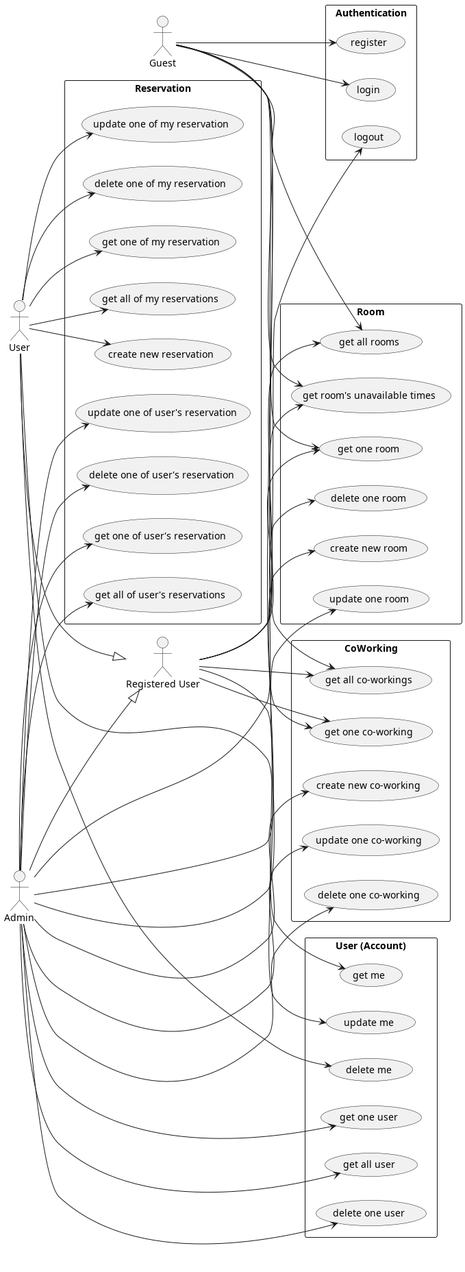
Above: diagrams/usecase/usecase.png in TeaChanathip/SwDev-Project (PlantUML), before the change.
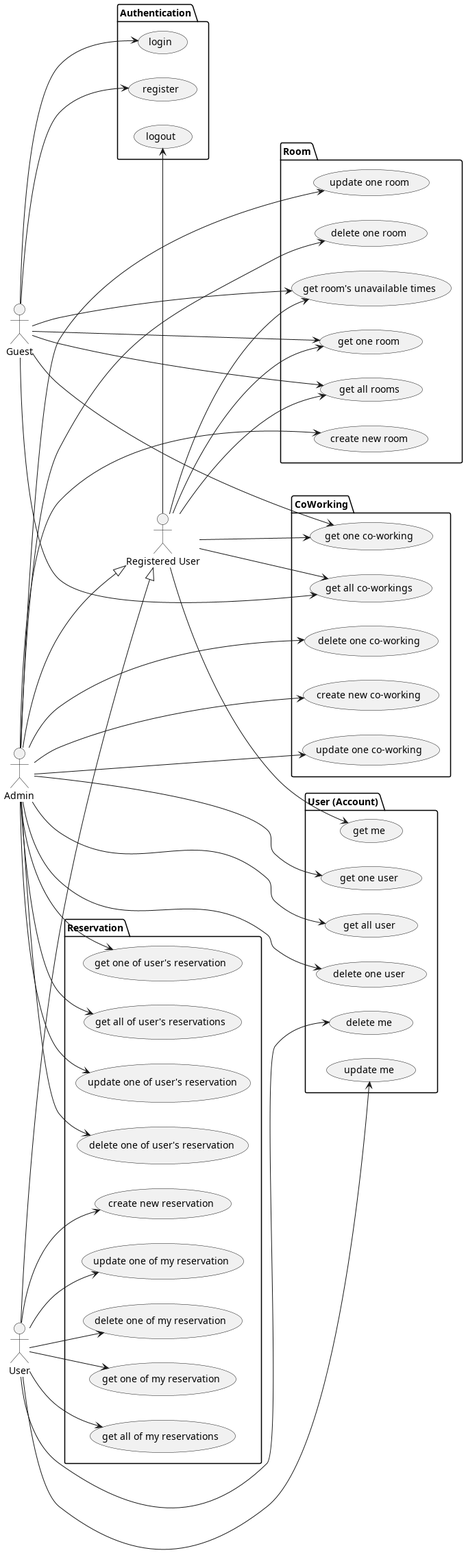
The same file after the commit.

Diff of the diagram source:
```diff
@@ -9,13 +9,13 @@
 User --|> "Registered User"
 Admin --|> "Registered User"
 
-rectangle "Authentication" {
+package "Authentication" {
     usecase "register" as AuthUC1
     usecase "login" as AuthUC2
     usecase "logout" as AuthUC3
 }
 
-rectangle "User (Account)" {
+package "User (Account)" {
     usecase "get me" as UserUC1
     usecase "update me" as UserUC2
     usecase "delete me" as UserUC3
@@ -25,7 +25,7 @@
     usecase "delete one user" as UserUC6
 }
 
-rectangle "CoWorking" {
+package "CoWorking" {
     usecase "create new co-working" as CoWorkingUC1
     usecase "get one co-working" as CoWorkingUC2
     usecase "get all co-workings" as CoWorkingUC3
@@ -33,7 +33,7 @@
     usecase "delete one co-working" as CoWorkingUC5
 }
 
-rectangle "Room" {
+package "Room" {
     usecase "create new room" as RoomUC1
     usecase "get one room" as RoomUC2
     usecase "get all rooms" as RoomUC3
@@ -42,7 +42,7 @@
     usecase "get room's unavailable times" as RoomUC6
 }
 
-rectangle "Reservation" {
+package "Reservation" {
     usecase "create new reservation" as ReserveUC1
     usecase "update one of my reservation" as ReserveUC2
     usecase "delete one of my reservation" as ReserveUC3
@@ -63,7 +63,7 @@
 Guest --> RoomUC3
 Guest --> RoomUC6
 
-"Registered User" --> AuthUC3
+"Registered User" -left-> AuthUC3
 "Registered User" --> UserUC1
 "Registered User" --> CoWorkingUC2
 "Registered User" --> CoWorkingUC3
```
